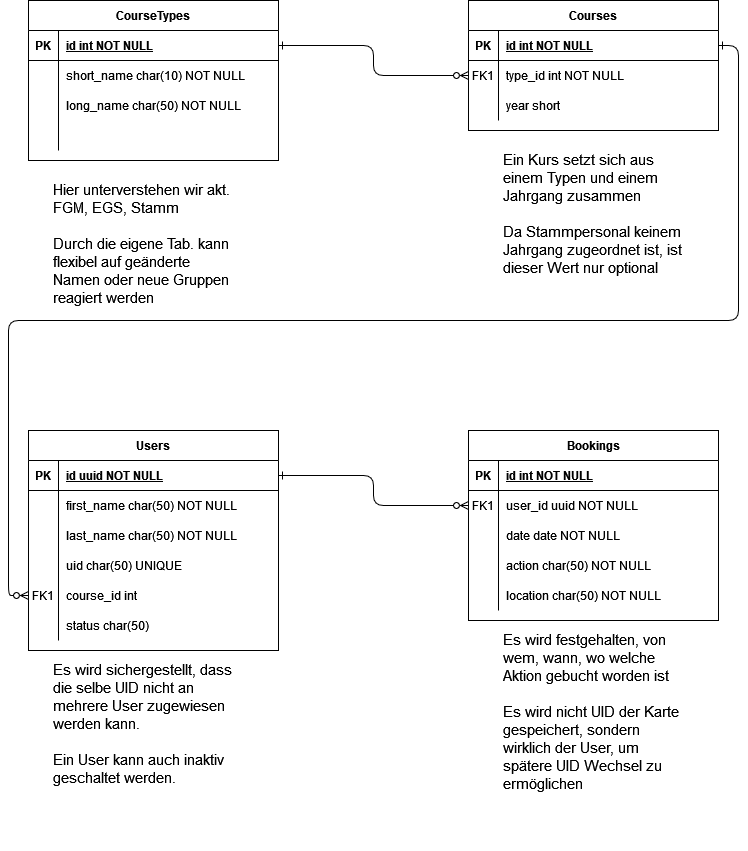
The draw.io diagram Docs/DB-Relationen.drawio.png in KaiWissel/wttt-33, before a commit. Source tidied: cells renumbered, new cells last; positions are measured from the earlier drawing's top-left corner, leaving out a move shared by most shapes.
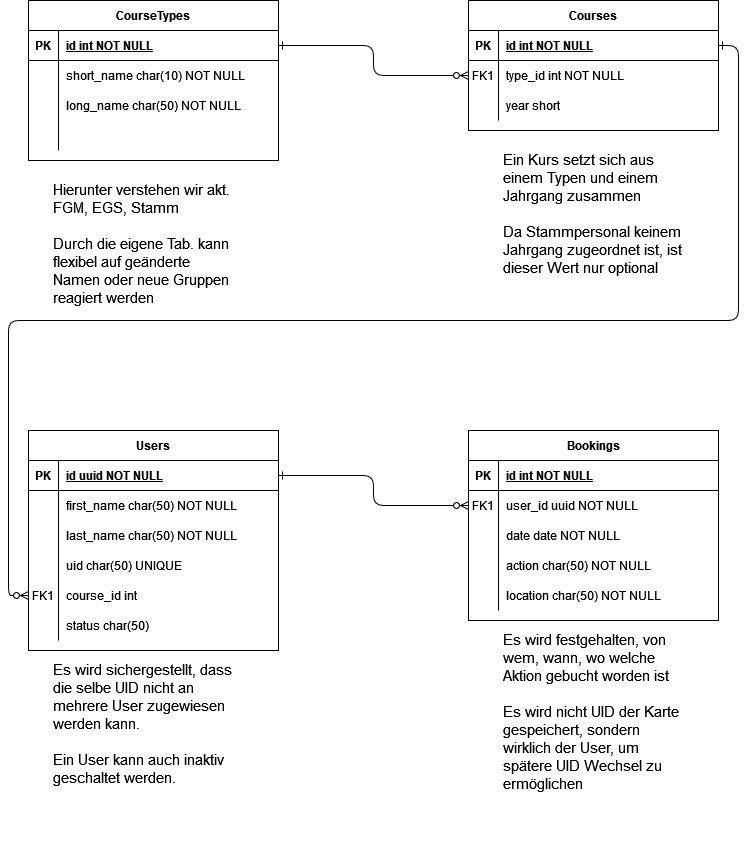
After the commit.

The edit, as a diff of the source:
```diff
@@ -179,7 +179,7 @@
     <mxCell id="60" style="shape=partialRectangle;overflow=hidden;fillColor=none;top=0;left=0;bottom=0;right=0;align=left;spacingLeft=6;" parent="58" vertex="1">
       <mxGeometry x="30" width="220" height="30" as="geometry" />
     </mxCell>
-    <mxCell id="61" value="&lt;font style=&quot;font-size: 13px;&quot;&gt;&lt;font style=&quot;font-size: 14px;&quot;&gt;&lt;font style=&quot;font-size: 15px;&quot;&gt;Hier unterverstehen wir akt. FGM, EGS, Stamm&lt;br&gt;&lt;br&gt;Durch die eigene Tab. kann flexibel auf geänderte Namen oder neue Gruppen reagiert werden&lt;br&gt;&lt;/font&gt;&lt;/font&gt;&lt;/font&gt;" style="text;html=1;strokeColor=none;fillColor=none;spacing=5;spacingTop=-20;whiteSpace=wrap;overflow=hidden;rounded=0;" parent="1" vertex="1">
+    <mxCell id="61" value="&lt;font style=&quot;font-size: 13px;&quot;&gt;&lt;font style=&quot;font-size: 14px;&quot;&gt;&lt;font style=&quot;font-size: 15px;&quot;&gt;Hierunter verstehen wir akt. FGM, EGS, Stamm&lt;br&gt;&lt;br&gt;Durch die eigene Tab. kann flexibel auf geänderte Namen oder neue Gruppen reagiert werden&lt;br&gt;&lt;/font&gt;&lt;/font&gt;&lt;/font&gt;" style="text;html=1;strokeColor=none;fillColor=none;spacing=5;spacingTop=-20;whiteSpace=wrap;overflow=hidden;rounded=0;" parent="1" vertex="1">
       <mxGeometry x="20" y="190" width="190" height="140" as="geometry" />
     </mxCell>
     <mxCell id="62" value="&lt;div&gt;Ein Kurs setzt sich aus einem Typen und einem Jahrgang zusammen&lt;/div&gt;&lt;div&gt;&lt;br&gt;&lt;/div&gt;&lt;div&gt;Da Stammpersonal keinem Jahrgang zugeordnet ist, ist dieser Wert nur optional&lt;br&gt;&lt;/div&gt;" style="text;html=1;strokeColor=none;fillColor=none;spacing=5;spacingTop=-20;whiteSpace=wrap;overflow=hidden;rounded=0;fontSize=15;" parent="1" vertex="1">
```
